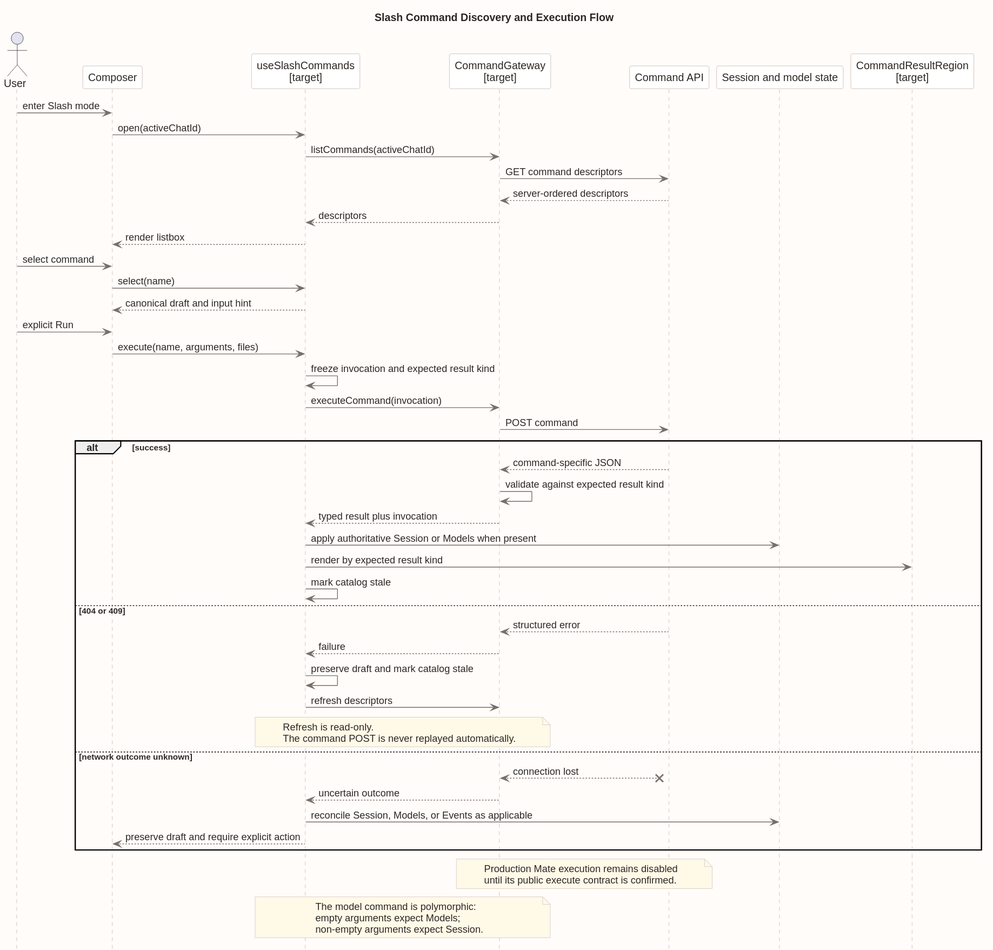
This is 04-命令与技能/00-Slash-Command通用模块/前端设计/slash_command_execution_flow.svg from ssm0808/pi-mono-java-design, a PlantUML export, as it was before one commit.
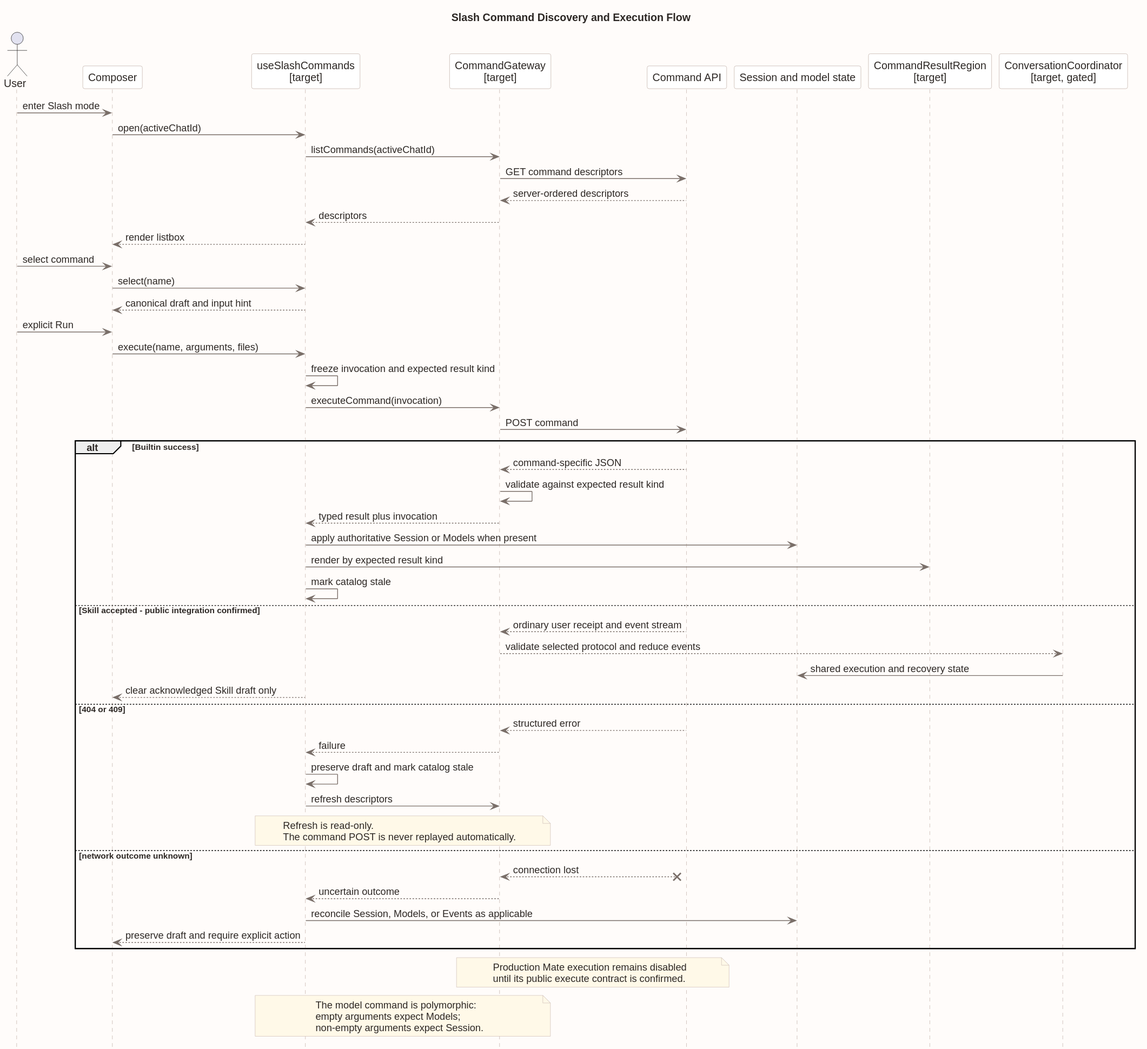
The same file after the commit.

The edit, as a diff of the source:
```diff
@@ -22,6 +22,7 @@
 participant "Command API" as Api
 participant "Session and model state" as State
 participant "CommandResultRegion\n[target]" as Result
+participant "ConversationCoordinator\n[target, gated]" as Conversation
 
 User -> Composer : enter Slash mode
 Composer -> Slash : open(activeChatId)
@@ -40,13 +41,18 @@
 Slash -> Gateway : executeCommand(invocation)
 Gateway -> Api : POST command
 
-alt success
+alt Builtin success
   Api --> Gateway : command-specific JSON
   Gateway -> Gateway : validate against expected result kind
   Gateway --> Slash : typed result plus invocation
   Slash -> State : apply authoritative Session or Models when present
   Slash -> Result : render by expected result kind
   Slash -> Slash : mark catalog stale
+else Skill accepted - public integration confirmed
+  Api --> Gateway : ordinary user receipt and event stream
+  Gateway --> Conversation : validate selected protocol and reduce events
+  Conversation -> State : shared execution and recovery state
+  Slash --> Composer : clear acknowledged Skill draft only
 else 404 or 409
   Api --> Gateway : structured error
   Gateway --> Slash : failure
```
